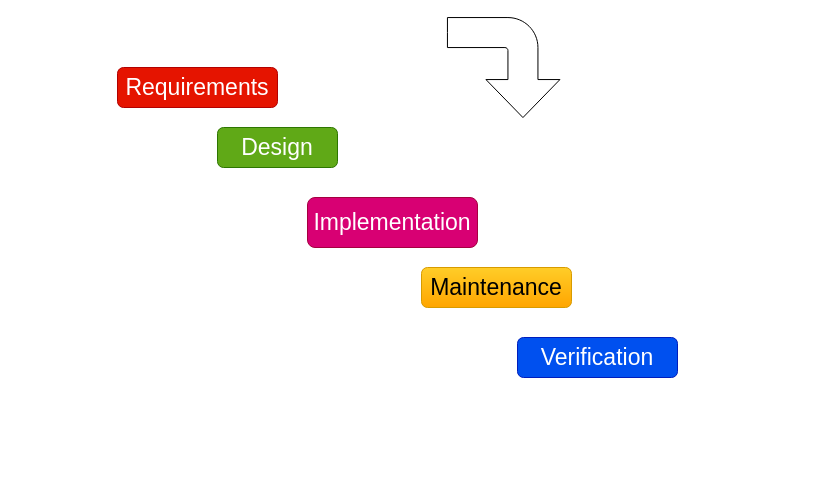
This is Waterfall model.drawio from Manh-Truong/Draw.io, a draw.io file, before an edit. Source tidied: cells renumbered, new cells numbered last; positions are measured from the earlier drawing's top-left corner, leaving out a move shared by most shapes. Both pictures are drawn from the tidied source at 100%, with x=0, y=0 at pixel (117, 11).
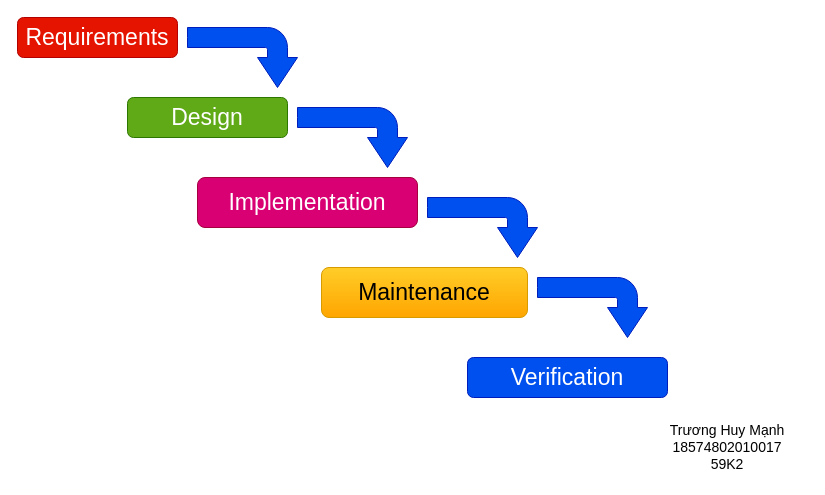
The same diagram, later.

The edit, as a diff of the source:
```diff
@@
 <mxGraphModel>
   <root>
     <mxCell id="0" />
     <mxCell id="1" parent="0" />
     <mxCell id="2" value="&lt;font style=&quot;vertical-align: inherit ; font-size: 23px&quot;&gt;Requirements&lt;/font&gt;" style="rounded=1;whiteSpace=wrap;html=1;labelBackgroundColor=none;fillColor=#e51400;fontColor=#ffffff;strokeColor=#B20000;" parent="1" vertex="1">
-      <mxGeometry y="56" width="160" height="40" as="geometry" />
+      <mxGeometry x="-100" y="6" width="160" height="40" as="geometry" />
     </mxCell>
     <mxCell id="3" value="Design" style="rounded=1;whiteSpace=wrap;html=1;labelBackgroundColor=none;fontSize=23;fillColor=#60a917;strokeColor=#2D7600;fontColor=#ffffff;" parent="1" vertex="1">
-      <mxGeometry x="100" y="116" width="120" height="40" as="geometry" />
+      <mxGeometry x="10" y="86" width="160" height="40" as="geometry" />
     </mxCell>
     <mxCell id="4" value="Implementation" style="rounded=1;whiteSpace=wrap;html=1;labelBackgroundColor=none;fontSize=23;fillColor=#d80073;fontColor=#ffffff;strokeColor=#A50040;" parent="1" vertex="1">
-      <mxGeometry x="190" y="186" width="170" height="50" as="geometry" />
+      <mxGeometry x="80" y="166" width="220" height="50" as="geometry" />
     </mxCell>
     <mxCell id="5" value="Maintenance" style="rounded=1;whiteSpace=wrap;html=1;labelBackgroundColor=none;fontSize=23;fillColor=#ffcd28;strokeColor=#d79b00;gradientColor=#ffa500;" parent="1" vertex="1">
-      <mxGeometry x="304" y="256" width="150" height="40" as="geometry" />
+      <mxGeometry x="204" y="256" width="206" height="50" as="geometry" />
     </mxCell>
     <mxCell id="6" value="Verification" style="rounded=1;whiteSpace=wrap;html=1;labelBackgroundColor=none;fontSize=23;fillColor=#0050ef;strokeColor=#001DBC;fontColor=#ffffff;" parent="1" vertex="1">
-      <mxGeometry x="400" y="326" width="160" height="40" as="geometry" />
+      <mxGeometry x="350" y="346" width="200" height="40" as="geometry" />
     </mxCell>
-    <mxCell id="7" style="html=1;shadow=0;dashed=0;align=center;verticalAlign=middle;shape=mxgraph.arrows2.bendArrow;dy=15;dx=38;notch=0;arrowHead=74;rounded=1;labelBackgroundColor=none;fontSize=23;rotation=90;perimeterSpacing=0;strokeWidth=1;" parent="1" vertex="1">
-      <mxGeometry x="336.2" y="-0.2" width="100" height="112.5" as="geometry" />
-    </mxCell>
+    <mxCell id="8" style="html=1;shadow=0;dashed=0;align=center;verticalAlign=middle;shape=mxgraph.arrows2.bendArrow;dy=10;dx=30;notch=0;arrowHead=40;rounded=1;direction=south;fillColor=#0050ef;fontColor=#ffffff;strokeColor=#001DBC;gradientColor=none;perimeterSpacing=0;" parent="1" vertex="1">
+      <mxGeometry x="70" y="16" width="110" height="60" as="geometry" />
+    </mxCell>
+    <mxCell id="9" style="html=1;shadow=0;dashed=0;align=center;verticalAlign=middle;shape=mxgraph.arrows2.bendArrow;dy=10;dx=30;notch=0;arrowHead=40;rounded=1;direction=south;fillColor=#0050ef;fontColor=#ffffff;strokeColor=#001DBC;gradientColor=none;perimeterSpacing=0;" parent="1" vertex="1">
+      <mxGeometry x="180" y="96" width="110" height="60" as="geometry" />
+    </mxCell>
+    <mxCell id="10" style="html=1;shadow=0;dashed=0;align=center;verticalAlign=middle;shape=mxgraph.arrows2.bendArrow;dy=10;dx=30;notch=0;arrowHead=40;rounded=1;direction=south;fillColor=#0050ef;fontColor=#ffffff;strokeColor=#001DBC;gradientColor=none;perimeterSpacing=0;" parent="1" vertex="1">
+      <mxGeometry x="310" y="186" width="110" height="60" as="geometry" />
+    </mxCell>
+    <mxCell id="11" style="html=1;shadow=0;dashed=0;align=center;verticalAlign=middle;shape=mxgraph.arrows2.bendArrow;dy=10;dx=30;notch=0;arrowHead=40;rounded=1;direction=south;fillColor=#0050ef;fontColor=#ffffff;strokeColor=#001DBC;gradientColor=none;perimeterSpacing=0;" parent="1" vertex="1">
+      <mxGeometry x="420" y="266" width="110" height="60" as="geometry" />
+    </mxCell>
+    <mxCell id="12" value="&lt;font style=&quot;font-size: 14px&quot;&gt;Trương Huy Mạnh&lt;br&gt;18574802010017&lt;br&gt;59K2&lt;/font&gt;" style="whiteSpace=wrap;html=1;rounded=1;shadow=0;dashed=0;fontFamily=Helvetica;fontSize=12;strokeColor=none;" parent="1" vertex="1">
+      <mxGeometry x="530" y="406" width="160" height="60" as="geometry" />
+    </mxCell>
   </root>
 </mxGraphModel>
```
